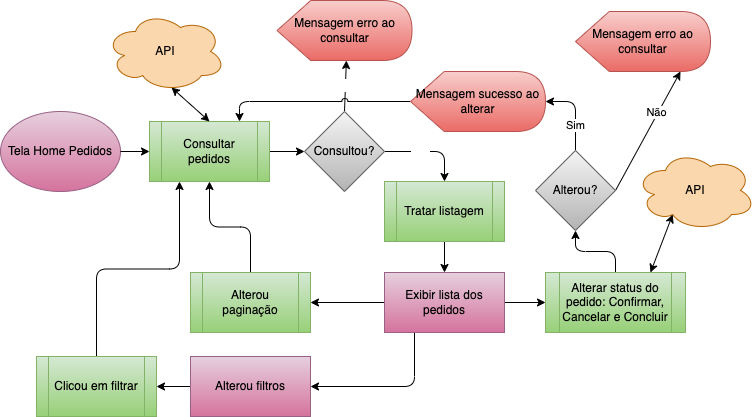
ICEI-PUC-Minas-PMV-ADS/1999-burguer keeps this draw.io diagram as docs/fluxo-tela-gestor/home-pedidos.png. Above is the earlier version. Source tidied: cells renumbered, new cells last; positions are measured from the earlier drawing's top-left corner, leaving out a move shared by most shapes.
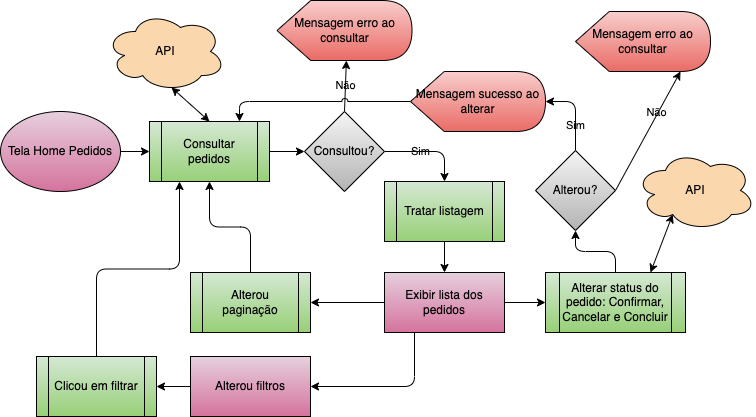
The same diagram one commit later.

The edit, as a diff of the source:
```diff
@@ -1,101 +1,101 @@
-<mxGraphModel>
+<mxGraphModel background="#ffffff">
   <root>
     <mxCell id="0" />
     <mxCell id="1" parent="0" />
-    <mxCell id="2" value="Tela Home Pedidos" style="ellipse;whiteSpace=wrap;html=1;fillColor=#e6d0de;strokeColor=#996185;fontStyle=0;gradientColor=#d5739d;fontColor=#000000;" parent="1" vertex="1">
+    <mxCell id="2" value="Tela Home Pedidos" style="ellipse;whiteSpace=wrap;html=1;fillColor=#e6d0de;strokeColor=#000000;fontStyle=0;gradientColor=#d5739d;fontColor=#000000;" parent="1" vertex="1">
       <mxGeometry y="111" width="120" height="80" as="geometry" />
     </mxCell>
-    <mxCell id="3" style="edgeStyle=none;html=1;exitX=1;exitY=0.5;exitDx=0;exitDy=0;entryX=0;entryY=0.5;entryDx=0;entryDy=0;fontColor=#000000;" parent="1" edge="1" source="2" target="5">
+    <mxCell id="3" style="edgeStyle=none;html=1;exitX=1;exitY=0.5;exitDx=0;exitDy=0;entryX=0;entryY=0.5;entryDx=0;entryDy=0;fontColor=#000000;strokeColor=#000000;" parent="1" edge="1" source="2" target="5">
       <mxGeometry relative="1" as="geometry" />
     </mxCell>
-    <mxCell id="4" style="edgeStyle=none;html=1;entryX=0;entryY=0.5;entryDx=0;entryDy=0;fontColor=#000000;" parent="1" edge="1" source="5" target="8">
+    <mxCell id="4" style="edgeStyle=none;html=1;entryX=0;entryY=0.5;entryDx=0;entryDy=0;fontColor=#000000;strokeColor=#000000;" parent="1" edge="1" source="5" target="8">
       <mxGeometry relative="1" as="geometry" />
     </mxCell>
-    <mxCell id="5" value="Consultar pedidos" style="shape=process;whiteSpace=wrap;html=1;backgroundOutline=1;fillColor=#d5e8d4;gradientColor=#97d077;strokeColor=#82b366;fontColor=#000000;" parent="1" vertex="1">
+    <mxCell id="5" value="Consultar pedidos" style="shape=process;whiteSpace=wrap;html=1;backgroundOutline=1;fillColor=#d5e8d4;gradientColor=#97d077;strokeColor=#000000;fontColor=#000000;" parent="1" vertex="1">
       <mxGeometry x="149" y="121" width="120" height="60" as="geometry" />
     </mxCell>
-    <mxCell id="6" value="Sim" style="edgeStyle=orthogonalEdgeStyle;html=1;exitX=1;exitY=0.5;exitDx=0;exitDy=0;fontColor=#FFFFFF;entryX=0.5;entryY=0;entryDx=0;entryDy=0;" parent="1" edge="1" source="8" target="11">
+    <mxCell id="6" value="Sim" style="edgeStyle=orthogonalEdgeStyle;html=1;exitX=1;exitY=0.5;exitDx=0;exitDy=0;fontColor=#000000;entryX=0.5;entryY=0;entryDx=0;entryDy=0;strokeColor=#000000;labelBackgroundColor=none;" parent="1" edge="1" source="8" target="11">
       <mxGeometry x="-0.2" relative="1" as="geometry" />
     </mxCell>
-    <mxCell id="7" value="Não" style="edgeStyle=none;html=1;fontColor=#FFFFFF;exitX=0.5;exitY=0;exitDx=0;exitDy=0;entryX=0;entryY=0;entryDx=69.375;entryDy=60;entryPerimeter=0;" parent="1" edge="1" source="8" target="9">
+    <mxCell id="7" value="Não" style="edgeStyle=none;html=1;fontColor=#000000;exitX=0.5;exitY=0;exitDx=0;exitDy=0;entryX=0;entryY=0;entryDx=69.375;entryDy=60;entryPerimeter=0;strokeColor=#000000;labelBackgroundColor=none;" parent="1" edge="1" source="8" target="9">
       <mxGeometry relative="1" as="geometry" />
     </mxCell>
-    <mxCell id="8" value="Consultou?" style="rhombus;whiteSpace=wrap;html=1;fillColor=#f5f5f5;gradientColor=#b3b3b3;strokeColor=#666666;fontColor=#000000;" parent="1" vertex="1">
+    <mxCell id="8" value="Consultou?" style="rhombus;whiteSpace=wrap;html=1;fillColor=#f5f5f5;gradientColor=#b3b3b3;strokeColor=#000000;fontColor=#000000;" parent="1" vertex="1">
       <mxGeometry x="304" y="111" width="80" height="80" as="geometry" />
     </mxCell>
-    <mxCell id="9" value="Mensagem erro ao consultar" style="shape=display;whiteSpace=wrap;html=1;fillColor=#f8cecc;gradientColor=#ea6b66;strokeColor=#b85450;fontColor=#000000;" parent="1" vertex="1">
+    <mxCell id="9" value="Mensagem erro ao consultar" style="shape=display;whiteSpace=wrap;html=1;fillColor=#f8cecc;gradientColor=#ea6b66;strokeColor=#000000;fontColor=#000000;" parent="1" vertex="1">
       <mxGeometry x="276.5" width="135" height="60" as="geometry" />
     </mxCell>
-    <mxCell id="10" style="edgeStyle=none;html=1;exitX=0.5;exitY=1;exitDx=0;exitDy=0;entryX=0.5;entryY=0;entryDx=0;entryDy=0;" parent="1" edge="1" source="11" target="15">
+    <mxCell id="10" style="edgeStyle=none;html=1;exitX=0.5;exitY=1;exitDx=0;exitDy=0;entryX=0.5;entryY=0;entryDx=0;entryDy=0;strokeColor=#000000;" parent="1" edge="1" source="11" target="15">
       <mxGeometry relative="1" as="geometry" />
     </mxCell>
-    <mxCell id="11" value="Tratar listagem" style="shape=process;whiteSpace=wrap;html=1;backgroundOutline=1;fillColor=#d5e8d4;gradientColor=#97d077;strokeColor=#82b366;fontColor=#000000;" parent="1" vertex="1">
+    <mxCell id="11" value="Tratar listagem" style="shape=process;whiteSpace=wrap;html=1;backgroundOutline=1;fillColor=#d5e8d4;gradientColor=#97d077;strokeColor=#000000;fontColor=#000000;" parent="1" vertex="1">
       <mxGeometry x="384" y="181" width="120" height="60" as="geometry" />
     </mxCell>
-    <mxCell id="12" style="edgeStyle=orthogonalEdgeStyle;html=1;exitX=0.25;exitY=1;exitDx=0;exitDy=0;entryX=1;entryY=0.5;entryDx=0;entryDy=0;" parent="1" edge="1" source="15" target="17">
+    <mxCell id="12" style="edgeStyle=orthogonalEdgeStyle;html=1;exitX=0.25;exitY=1;exitDx=0;exitDy=0;entryX=1;entryY=0.5;entryDx=0;entryDy=0;strokeColor=#000000;" parent="1" edge="1" source="15" target="17">
       <mxGeometry relative="1" as="geometry" />
     </mxCell>
-    <mxCell id="13" style="edgeStyle=orthogonalEdgeStyle;html=1;exitX=0;exitY=0.5;exitDx=0;exitDy=0;entryX=1;entryY=0.5;entryDx=0;entryDy=0;startArrow=none;startFill=0;" parent="1" edge="1" source="15" target="23">
+    <mxCell id="13" style="edgeStyle=orthogonalEdgeStyle;html=1;exitX=0;exitY=0.5;exitDx=0;exitDy=0;entryX=1;entryY=0.5;entryDx=0;entryDy=0;startArrow=none;startFill=0;strokeColor=#000000;" parent="1" edge="1" source="15" target="23">
       <mxGeometry relative="1" as="geometry" />
     </mxCell>
-    <mxCell id="14" style="edgeStyle=orthogonalEdgeStyle;html=1;exitX=1;exitY=0.5;exitDx=0;exitDy=0;entryX=0;entryY=0.5;entryDx=0;entryDy=0;startArrow=none;startFill=0;" parent="1" edge="1" source="15" target="25">
+    <mxCell id="14" style="edgeStyle=orthogonalEdgeStyle;html=1;exitX=1;exitY=0.5;exitDx=0;exitDy=0;entryX=0;entryY=0.5;entryDx=0;entryDy=0;startArrow=none;startFill=0;strokeColor=#000000;" parent="1" edge="1" source="15" target="25">
       <mxGeometry relative="1" as="geometry" />
     </mxCell>
-    <mxCell id="15" value="Exibir lista dos pedidos" style="whiteSpace=wrap;html=1;fillColor=#e6d0de;strokeColor=#996185;fontColor=#000000;fontStyle=0;gradientColor=#d5739d;" parent="1" vertex="1">
+    <mxCell id="15" value="Exibir lista dos pedidos" style="whiteSpace=wrap;html=1;fillColor=#e6d0de;strokeColor=#000000;fontColor=#000000;fontStyle=0;gradientColor=#d5739d;" parent="1" vertex="1">
       <mxGeometry x="384" y="272" width="120" height="60" as="geometry" />
     </mxCell>
-    <mxCell id="16" style="edgeStyle=none;html=1;exitX=0;exitY=0.5;exitDx=0;exitDy=0;entryX=1;entryY=0.5;entryDx=0;entryDy=0;startArrow=none;startFill=0;" parent="1" edge="1" source="17" target="19">
+    <mxCell id="16" style="edgeStyle=none;html=1;exitX=0;exitY=0.5;exitDx=0;exitDy=0;entryX=1;entryY=0.5;entryDx=0;entryDy=0;startArrow=none;startFill=0;strokeColor=#000000;" parent="1" edge="1" source="17" target="19">
       <mxGeometry relative="1" as="geometry" />
     </mxCell>
-    <mxCell id="17" value="Alterou filtros" style="whiteSpace=wrap;html=1;fillColor=#e6d0de;strokeColor=#996185;fontColor=#000000;fontStyle=0;gradientColor=#d5739d;" parent="1" vertex="1">
+    <mxCell id="17" value="Alterou filtros" style="whiteSpace=wrap;html=1;fillColor=#e6d0de;strokeColor=#000000;fontColor=#000000;fontStyle=0;gradientColor=#d5739d;" parent="1" vertex="1">
       <mxGeometry x="190" y="356" width="120" height="60" as="geometry" />
     </mxCell>
-    <mxCell id="18" style="edgeStyle=orthogonalEdgeStyle;html=1;exitX=0.5;exitY=0;exitDx=0;exitDy=0;entryX=0.25;entryY=1;entryDx=0;entryDy=0;startArrow=none;startFill=0;" parent="1" edge="1" source="19" target="5">
+    <mxCell id="18" style="edgeStyle=orthogonalEdgeStyle;html=1;exitX=0.5;exitY=0;exitDx=0;exitDy=0;entryX=0.25;entryY=1;entryDx=0;entryDy=0;startArrow=none;startFill=0;strokeColor=#000000;" parent="1" edge="1" source="19" target="5">
       <mxGeometry relative="1" as="geometry" />
     </mxCell>
-    <mxCell id="19" value="Clicou em filtrar" style="shape=process;whiteSpace=wrap;html=1;backgroundOutline=1;fillColor=#d5e8d4;gradientColor=#97d077;strokeColor=#82b366;fontColor=#000000;" parent="1" vertex="1">
+    <mxCell id="19" value="Clicou em filtrar" style="shape=process;whiteSpace=wrap;html=1;backgroundOutline=1;fillColor=#d5e8d4;gradientColor=#97d077;strokeColor=#000000;fontColor=#000000;" parent="1" vertex="1">
       <mxGeometry x="36" y="356" width="120" height="60" as="geometry" />
     </mxCell>
-    <mxCell id="20" style="edgeStyle=none;html=1;exitX=0.55;exitY=0.95;exitDx=0;exitDy=0;exitPerimeter=0;entryX=0.5;entryY=0;entryDx=0;entryDy=0;startArrow=classic;startFill=1;" parent="1" edge="1" source="21" target="5">
+    <mxCell id="20" style="edgeStyle=none;html=1;exitX=0.55;exitY=0.95;exitDx=0;exitDy=0;exitPerimeter=0;entryX=0.5;entryY=0;entryDx=0;entryDy=0;startArrow=classic;startFill=1;strokeColor=#000000;" parent="1" edge="1" source="21" target="5">
       <mxGeometry relative="1" as="geometry" />
     </mxCell>
-    <mxCell id="21" value="API" style="ellipse;shape=cloud;whiteSpace=wrap;html=1;fillColor=#fad7ac;strokeColor=#b46504;fontColor=#000000;" parent="1" vertex="1">
+    <mxCell id="21" value="API" style="ellipse;shape=cloud;whiteSpace=wrap;html=1;fillColor=#fad7ac;strokeColor=#000000;fontColor=#000000;" parent="1" vertex="1">
       <mxGeometry x="105" y="11" width="120" height="80" as="geometry" />
     </mxCell>
-    <mxCell id="22" style="edgeStyle=orthogonalEdgeStyle;html=1;exitX=0.5;exitY=0;exitDx=0;exitDy=0;entryX=0.5;entryY=1;entryDx=0;entryDy=0;startArrow=none;startFill=0;" parent="1" edge="1" source="23" target="5">
+    <mxCell id="22" style="edgeStyle=orthogonalEdgeStyle;html=1;exitX=0.5;exitY=0;exitDx=0;exitDy=0;entryX=0.5;entryY=1;entryDx=0;entryDy=0;startArrow=none;startFill=0;strokeColor=#000000;" parent="1" edge="1" source="23" target="5">
       <mxGeometry relative="1" as="geometry" />
     </mxCell>
-    <mxCell id="23" value="Alterou paginação" style="shape=process;whiteSpace=wrap;html=1;backgroundOutline=1;fillColor=#d5e8d4;gradientColor=#97d077;strokeColor=#82b366;fontColor=#000000;" parent="1" vertex="1">
+    <mxCell id="23" value="Alterou paginação" style="shape=process;whiteSpace=wrap;html=1;backgroundOutline=1;fillColor=#d5e8d4;gradientColor=#97d077;strokeColor=#000000;fontColor=#000000;" parent="1" vertex="1">
       <mxGeometry x="190" y="272" width="120" height="60" as="geometry" />
     </mxCell>
-    <mxCell id="24" style="edgeStyle=orthogonalEdgeStyle;html=1;exitX=0.5;exitY=0;exitDx=0;exitDy=0;entryX=0.5;entryY=1;entryDx=0;entryDy=0;startArrow=none;startFill=0;" parent="1" edge="1" source="25" target="28">
+    <mxCell id="24" style="edgeStyle=orthogonalEdgeStyle;html=1;exitX=0.5;exitY=0;exitDx=0;exitDy=0;entryX=0.5;entryY=1;entryDx=0;entryDy=0;startArrow=none;startFill=0;strokeColor=#000000;" parent="1" edge="1" source="25" target="28">
       <mxGeometry relative="1" as="geometry" />
     </mxCell>
-    <mxCell id="25" value="Alterar status do pedido: Confirmar, Cancelar e Concluir" style="shape=process;whiteSpace=wrap;html=1;backgroundOutline=1;fillColor=#d5e8d4;gradientColor=#97d077;strokeColor=#82b366;fontColor=#000000;" parent="1" vertex="1">
+    <mxCell id="25" value="Alterar status do pedido: Confirmar, Cancelar e Concluir" style="shape=process;whiteSpace=wrap;html=1;backgroundOutline=1;fillColor=#d5e8d4;gradientColor=#97d077;strokeColor=#000000;fontColor=#000000;" parent="1" vertex="1">
       <mxGeometry x="545" y="272" width="140" height="60" as="geometry" />
     </mxCell>
-    <mxCell id="26" value="Não" style="html=1;exitX=1;exitY=0.5;exitDx=0;exitDy=0;startArrow=none;startFill=0;entryX=0;entryY=0;entryDx=105;entryDy=60;entryPerimeter=0;" parent="1" edge="1" source="28" target="29">
+    <mxCell id="26" value="Não" style="html=1;exitX=1;exitY=0.5;exitDx=0;exitDy=0;startArrow=none;startFill=0;entryX=0;entryY=0;entryDx=105;entryDy=60;entryPerimeter=0;strokeColor=#000000;labelBackgroundColor=none;fontColor=#000000;" parent="1" edge="1" source="28" target="29">
       <mxGeometry x="0.29" y="1" relative="1" as="geometry" />
     </mxCell>
-    <mxCell id="27" value="Sim" style="edgeStyle=orthogonalEdgeStyle;html=1;exitX=0.5;exitY=0;exitDx=0;exitDy=0;entryX=1;entryY=0.5;entryDx=0;entryDy=0;entryPerimeter=0;" parent="1" edge="1" source="28" target="33">
+    <mxCell id="27" value="Sim" style="edgeStyle=orthogonalEdgeStyle;html=1;exitX=0.5;exitY=0;exitDx=0;exitDy=0;entryX=1;entryY=0.5;entryDx=0;entryDy=0;entryPerimeter=0;strokeColor=#000000;labelBackgroundColor=none;fontColor=#000000;" parent="1" edge="1" source="28" target="33">
       <mxGeometry x="-0.38" relative="1" as="geometry" />
     </mxCell>
-    <mxCell id="28" value="Alterou?" style="rhombus;whiteSpace=wrap;html=1;fillColor=#f5f5f5;gradientColor=#b3b3b3;strokeColor=#666666;fontColor=#000000;" parent="1" vertex="1">
+    <mxCell id="28" value="Alterou?" style="rhombus;whiteSpace=wrap;html=1;fillColor=#f5f5f5;gradientColor=#b3b3b3;strokeColor=#000000;fontColor=#000000;" parent="1" vertex="1">
       <mxGeometry x="535" y="150" width="80" height="80" as="geometry" />
     </mxCell>
-    <mxCell id="29" value="Mensagem erro ao consultar" style="shape=display;whiteSpace=wrap;html=1;fillColor=#f8cecc;gradientColor=#ea6b66;strokeColor=#b85450;fontColor=#000000;" parent="1" vertex="1">
+    <mxCell id="29" value="Mensagem erro ao consultar" style="shape=display;whiteSpace=wrap;html=1;fillColor=#f8cecc;gradientColor=#ea6b66;strokeColor=#000000;fontColor=#000000;" parent="1" vertex="1">
       <mxGeometry x="575" y="11" width="135" height="60" as="geometry" />
     </mxCell>
-    <mxCell id="30" value="API" style="ellipse;shape=cloud;whiteSpace=wrap;html=1;fillColor=#fad7ac;strokeColor=#b46504;fontColor=#000000;" parent="1" vertex="1">
+    <mxCell id="30" value="API" style="ellipse;shape=cloud;whiteSpace=wrap;html=1;fillColor=#fad7ac;strokeColor=#000000;fontColor=#000000;" parent="1" vertex="1">
       <mxGeometry x="635" y="150" width="120" height="80" as="geometry" />
     </mxCell>
-    <mxCell id="31" style="edgeStyle=none;html=1;exitX=0.31;exitY=0.8;exitDx=0;exitDy=0;exitPerimeter=0;entryX=0.75;entryY=0;entryDx=0;entryDy=0;startArrow=classic;startFill=1;" parent="1" edge="1" source="30" target="25">
+    <mxCell id="31" style="edgeStyle=none;html=1;exitX=0.31;exitY=0.8;exitDx=0;exitDy=0;exitPerimeter=0;entryX=0.75;entryY=0;entryDx=0;entryDy=0;startArrow=classic;startFill=1;strokeColor=#000000;" parent="1" edge="1" source="30" target="25">
       <mxGeometry relative="1" as="geometry" />
     </mxCell>
-    <mxCell id="32" style="edgeStyle=orthogonalEdgeStyle;html=1;exitX=0;exitY=0.5;exitDx=0;exitDy=0;exitPerimeter=0;entryX=0.75;entryY=0;entryDx=0;entryDy=0;jumpStyle=arc;" parent="1" edge="1" source="33" target="5">
+    <mxCell id="32" style="edgeStyle=orthogonalEdgeStyle;html=1;exitX=0;exitY=0.5;exitDx=0;exitDy=0;exitPerimeter=0;entryX=0.75;entryY=0;entryDx=0;entryDy=0;jumpStyle=arc;strokeColor=#000000;" parent="1" edge="1" source="33" target="5">
       <mxGeometry relative="1" as="geometry" />
     </mxCell>
-    <mxCell id="33" value="Mensagem sucesso ao alterar" style="shape=display;whiteSpace=wrap;html=1;fillColor=#f8cecc;gradientColor=#ea6b66;strokeColor=#b85450;fontColor=#000000;" parent="1" vertex="1">
+    <mxCell id="33" value="Mensagem sucesso ao alterar" style="shape=display;whiteSpace=wrap;html=1;fillColor=#f8cecc;gradientColor=#ea6b66;strokeColor=#000000;fontColor=#000000;" parent="1" vertex="1">
       <mxGeometry x="410" y="71" width="135" height="60" as="geometry" />
     </mxCell>
   </root>
```
